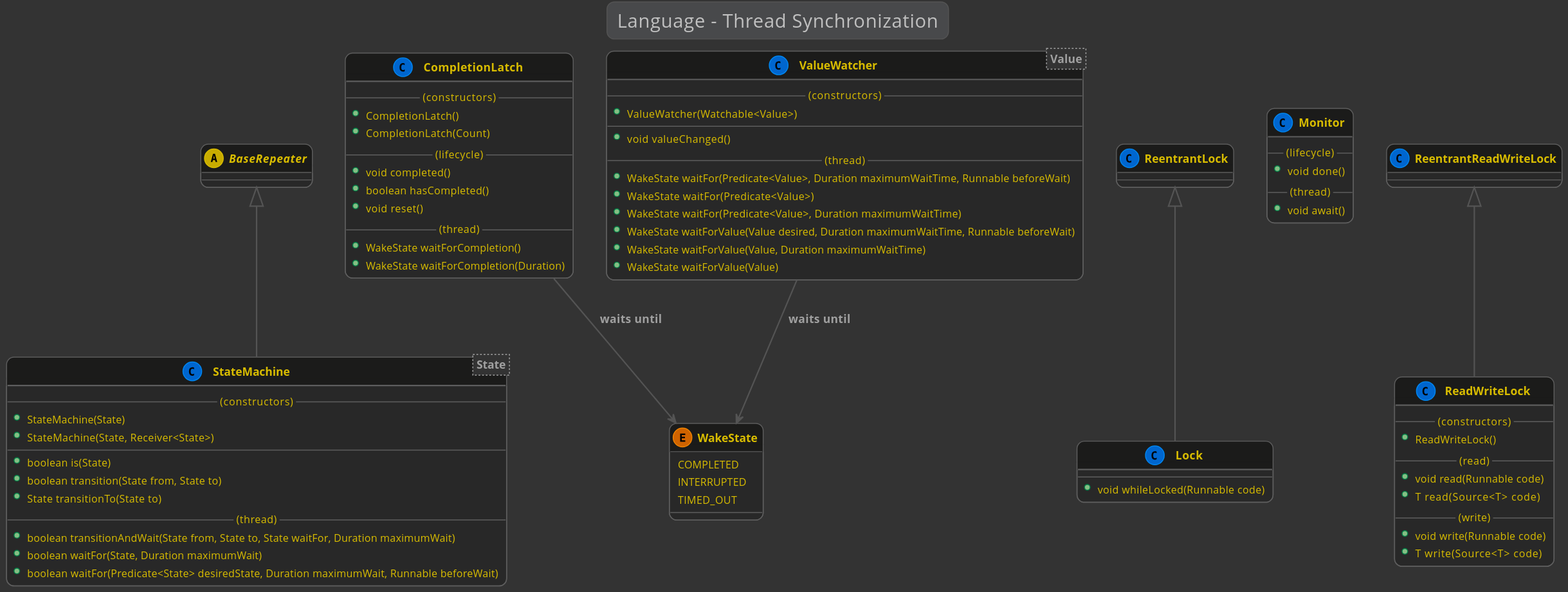
Above: kivakit-core/kernel/documentation/diagrams/diagram-language-thread-synchronization.svg in Telenav/kivakit (PlantUML), before the change.
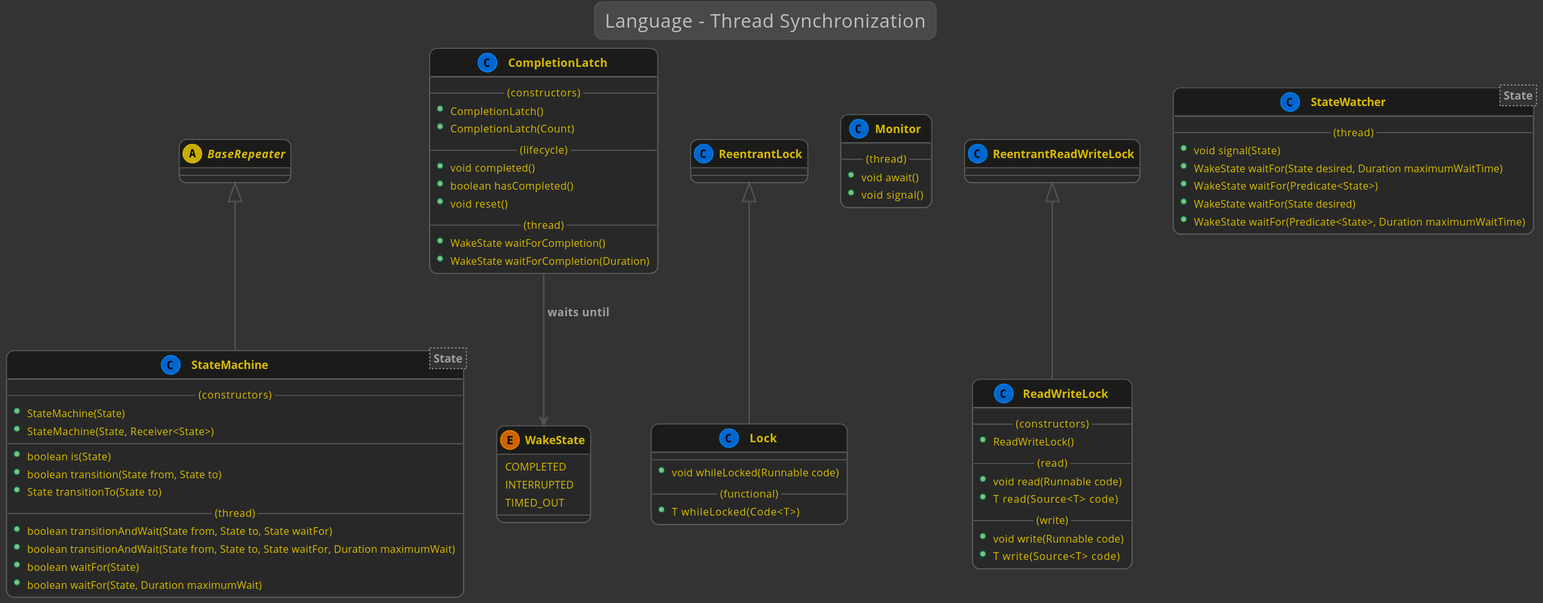
After the change.

The edit, as a diff of the source:
```diff
@@ -26,14 +26,15 @@
     {
         --
         +void whileLocked(Runnable code)
+        --(functional)--
+        +T whileLocked(Code<T>)
     }
 
     class Monitor
     {
-        --(lifecycle)--
-        +void done()
         --(thread)--
         +void await()
+        +void signal()
     }
 
     ReentrantReadWriteLock <|-- ReadWriteLock
@@ -60,25 +61,20 @@
         +boolean transition(State from, State to)
         +State transitionTo(State to)
         --(thread)--
+        +boolean transitionAndWait(State from, State to, State waitFor)
         +boolean transitionAndWait(State from, State to, State waitFor, Duration maximumWait)
+        +boolean waitFor(State)
         +boolean waitFor(State, Duration maximumWait)
-        +boolean waitFor(Predicate<State> desiredState, Duration maximumWait, Runnable beforeWait)
     }
 
-    ValueWatcher --> WakeState : "waits until"
-    class ValueWatcher<Value>
+    class StateWatcher<State>
     {
-        --(constructors)--
-        +ValueWatcher(Watchable<Value>)
-        --
-        +void valueChanged()
         --(thread)--
-        +WakeState waitFor(Predicate<Value>, Duration maximumWaitTime, Runnable beforeWait)
-        +WakeState waitFor(Predicate<Value>)
-        +WakeState waitFor(Predicate<Value>, Duration maximumWaitTime)
-        +WakeState waitForValue(Value desired, Duration maximumWaitTime, Runnable beforeWait)
-        +WakeState waitForValue(Value, Duration maximumWaitTime)
-        +WakeState waitForValue(Value)
+        +void signal(State)
+        +WakeState waitFor(State desired, Duration maximumWaitTime)
+        +WakeState waitFor(Predicate<State>)
+        +WakeState waitFor(State desired)
+        +WakeState waitFor(Predicate<State>, Duration maximumWaitTime)
     }
 
     enum WakeState
```
